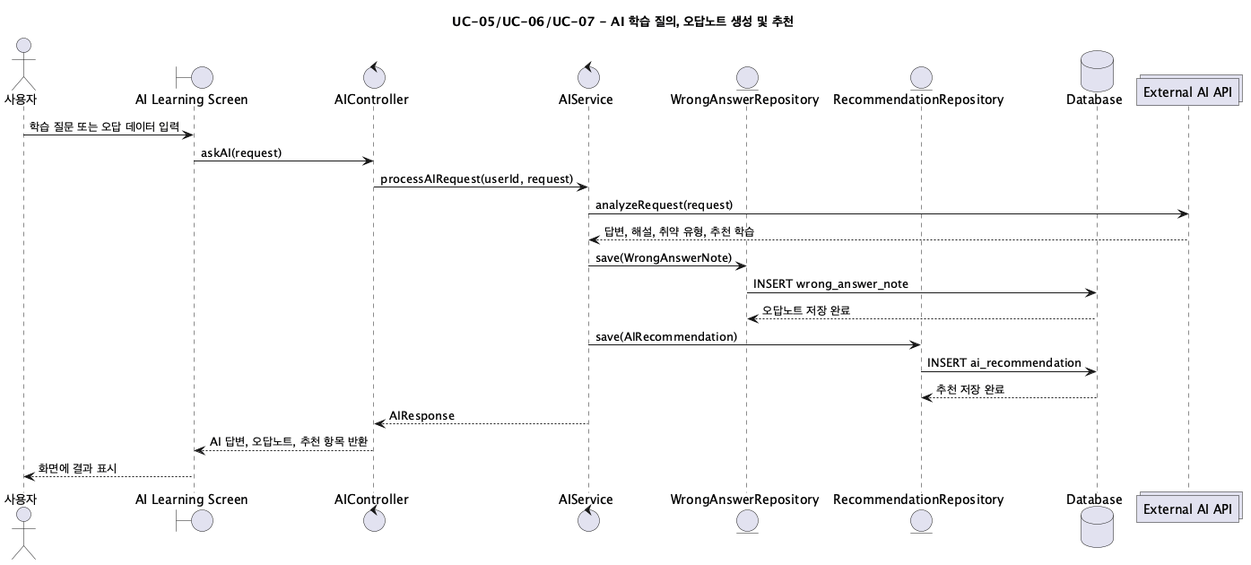
jeongiryang/SoftwareEngineering_team15_project_-Smart-Edu-Platform keeps this PlantUML diagram as screenshots/sequence-diagram/UC05-07_AILearning.png. Above is the earlier version. The source it was exported from:
```plantuml
@startuml UC05-07_AILearning
title UC-05/UC-06/UC-07 - AI 학습 질의, 오답노트 생성 및 추천

actor "사용자" as User
boundary "AI Learning Screen" as UI
control "AIController" as AIController
control "AIService" as AIService
entity "WrongAnswerRepository" as WrongAnswerRepository
entity "RecommendationRepository" as RecommendationRepository
database "Database" as DB
collections "External AI API" as ExternalAI

User -> UI: 학습 질문 또는 오답 데이터 입력
UI -> AIController: askAI(request)
AIController -> AIService: processAIRequest(userId, request)
AIService -> ExternalAI: analyzeRequest(request)
ExternalAI --> AIService: 답변, 해설, 취약 유형, 추천 학습
AIService -> WrongAnswerRepository: save(WrongAnswerNote)
WrongAnswerRepository -> DB: INSERT wrong_answer_note
DB --> WrongAnswerRepository: 오답노트 저장 완료
AIService -> RecommendationRepository: save(AIRecommendation)
RecommendationRepository -> DB: INSERT ai_recommendation
DB --> RecommendationRepository: 추천 저장 완료
AIService --> AIController: AIResponse
AIController --> UI: AI 답변, 오답노트, 추천 항목 반환
UI --> User: 화면에 결과 표시
@enduml
```
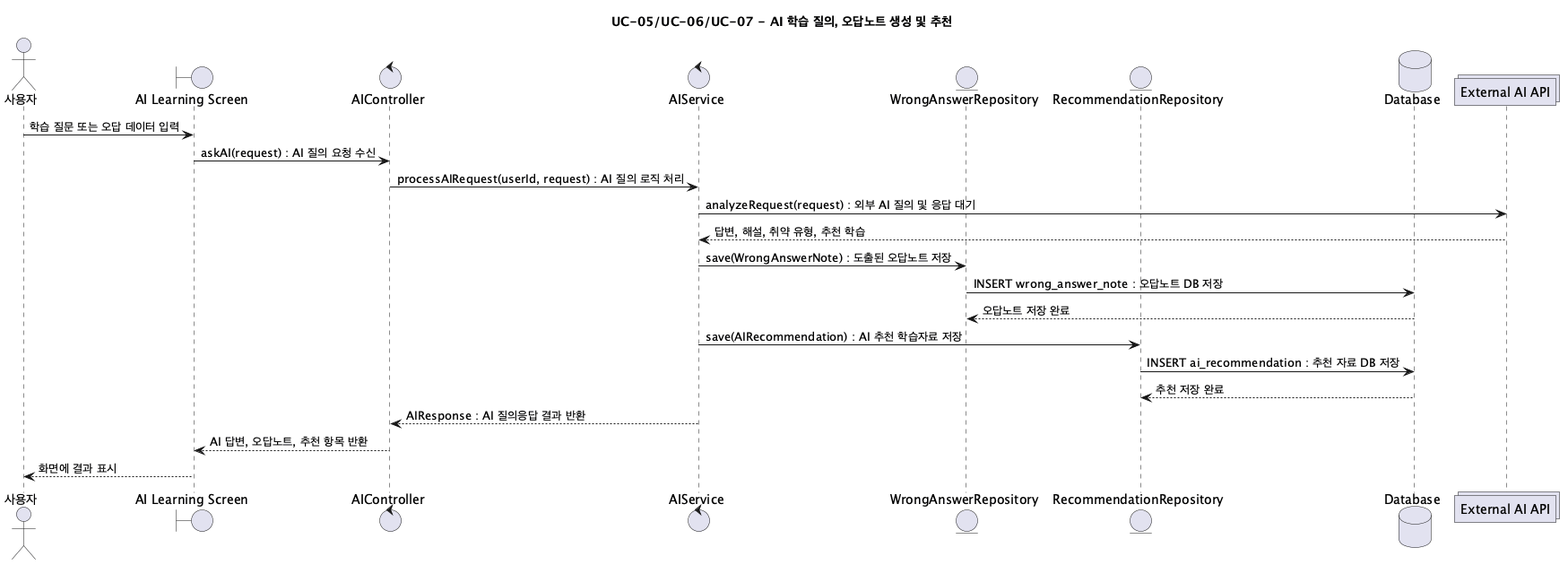
The same file after the commit.

Diff of the diagram source:
```diff
@@ -11,17 +11,17 @@
 collections "External AI API" as ExternalAI
 
 User -> UI: 학습 질문 또는 오답 데이터 입력
-UI -> AIController: askAI(request)
-AIController -> AIService: processAIRequest(userId, request)
-AIService -> ExternalAI: analyzeRequest(request)
+UI -> AIController: askAI(request) : AI 질의 요청 수신
+AIController -> AIService: processAIRequest(userId, request) : AI 질의 로직 처리
+AIService -> ExternalAI: analyzeRequest(request) : 외부 AI 질의 및 응답 대기
 ExternalAI --> AIService: 답변, 해설, 취약 유형, 추천 학습
-AIService -> WrongAnswerRepository: save(WrongAnswerNote)
-WrongAnswerRepository -> DB: INSERT wrong_answer_note
+AIService -> WrongAnswerRepository: save(WrongAnswerNote) : 도출된 오답노트 저장
+WrongAnswerRepository -> DB: INSERT wrong_answer_note : 오답노트 DB 저장
 DB --> WrongAnswerRepository: 오답노트 저장 완료
-AIService -> RecommendationRepository: save(AIRecommendation)
-RecommendationRepository -> DB: INSERT ai_recommendation
+AIService -> RecommendationRepository: save(AIRecommendation) : AI 추천 학습자료 저장
+RecommendationRepository -> DB: INSERT ai_recommendation : 추천 자료 DB 저장
 DB --> RecommendationRepository: 추천 저장 완료
-AIService --> AIController: AIResponse
+AIService --> AIController: AIResponse : AI 질의응답 결과 반환
 AIController --> UI: AI 답변, 오답노트, 추천 항목 반환
 UI --> User: 화면에 결과 표시
 @enduml
```
